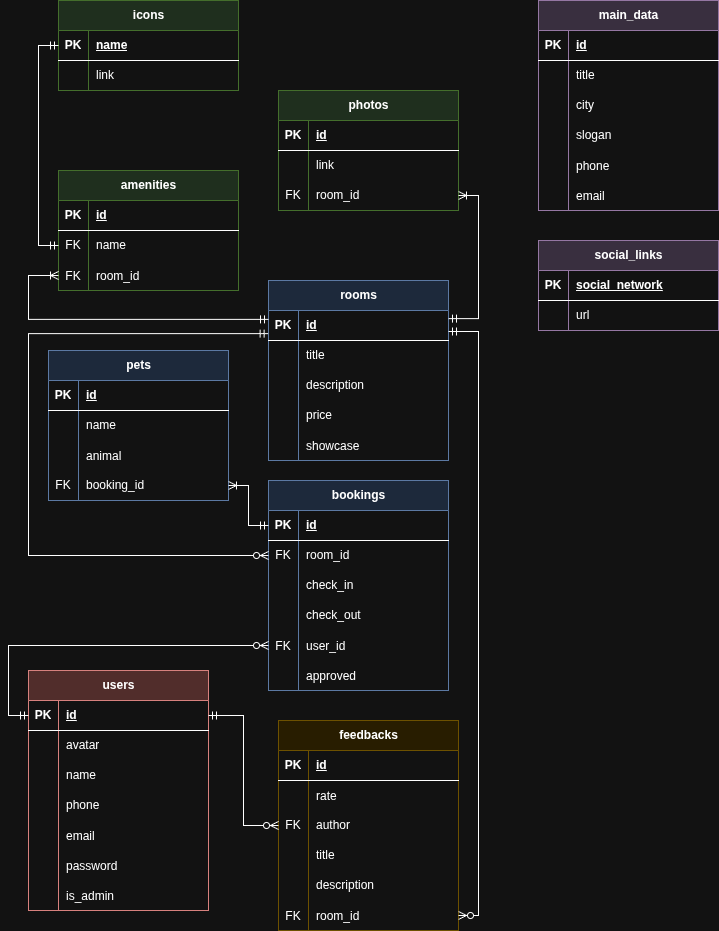
The draw.io diagram БД котейка.drawio.png in rexxless/koteika, before a commit. Source tidied: cells renumbered, new cells last; positions are measured from the earlier drawing's top-left corner, leaving out a move shared by most shapes.
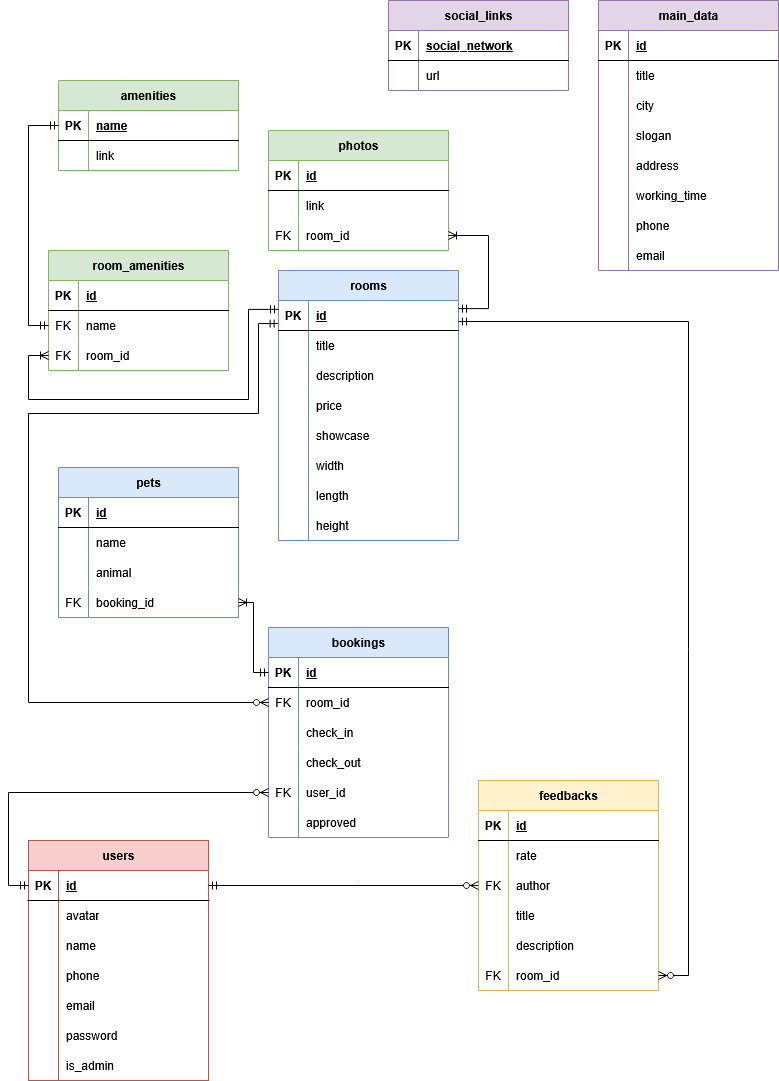
The same file after the commit.

What changed in the source:
```diff
@@ -3,7 +3,7 @@
     <mxCell id="0" />
     <mxCell id="1" parent="0" />
     <mxCell id="2" value="users" style="shape=table;startSize=30;rowLines=0;fontStyle=1;align=center;html=1;swimlaneFillColor=#FFFFFF;fillColor=#f8cecc;strokeColor=#b85450;" parent="1" vertex="1">
-      <mxGeometry x="20" y="670" width="180" height="240" as="geometry" />
+      <mxGeometry x="20" y="760" width="180" height="240" as="geometry" />
     </mxCell>
     <mxCell id="3" style="shape=tableRow;horizontal=0;startSize=0;swimlaneHead=0;swimlaneBody=0;fillColor=none;points=[[0,0.5],[1,0.5]];portConstraint=eastwest;top=0;left=0;right=0;bottom=1;" parent="2" vertex="1">
       <mxGeometry y="30" width="180" height="30" as="geometry" />
@@ -69,7 +69,7 @@
       <mxGeometry x="30" width="150" height="30" as="geometry" />
     </mxCell>
     <mxCell id="24" value="main_data" style="shape=table;startSize=30;rowLines=0;fontStyle=1;align=center;html=1;fillColor=#e1d5e7;strokeColor=#9673a6;swimlaneFillColor=#FFFFFF;" parent="1" vertex="1">
-      <mxGeometry x="530" width="180" height="210" as="geometry" />
+      <mxGeometry x="590" y="-80" width="180" height="270" as="geometry" />
     </mxCell>
     <mxCell id="25" style="shape=tableRow;horizontal=0;startSize=0;swimlaneHead=0;swimlaneBody=0;fillColor=none;top=0;left=0;right=0;bottom=1;" parent="24" vertex="1">
       <mxGeometry y="30" width="180" height="30" as="geometry" />
@@ -107,8 +107,26 @@
     <mxCell id="36" value="slogan" style="shape=partialRectangle;fillColor=none;top=0;left=0;bottom=0;right=0;align=left;spacingLeft=6;overflow=hidden;whiteSpace=wrap;html=1;" parent="34" vertex="1">
       <mxGeometry x="30" width="150" height="30" as="geometry" />
     </mxCell>
+    <mxCell id="152" style="shape=tableRow;horizontal=0;startSize=0;swimlaneHead=0;swimlaneBody=0;fillColor=none;top=0;left=0;right=0;bottom=0;" parent="24" vertex="1">
+      <mxGeometry y="150" width="180" height="30" as="geometry" />
+    </mxCell>
+    <mxCell id="153" style="shape=partialRectangle;fillColor=none;top=0;left=0;bottom=0;right=0;overflow=hidden;" parent="152" vertex="1">
+      <mxGeometry width="30" height="30" as="geometry" />
+    </mxCell>
+    <mxCell id="154" value="address" style="shape=partialRectangle;fillColor=none;top=0;left=0;bottom=0;right=0;align=left;spacingLeft=6;overflow=hidden;" parent="152" vertex="1">
+      <mxGeometry x="30" width="150" height="30" as="geometry" />
+    </mxCell>
+    <mxCell id="155" style="shape=tableRow;horizontal=0;startSize=0;swimlaneHead=0;swimlaneBody=0;fillColor=none;top=0;left=0;right=0;bottom=0;" parent="24" vertex="1">
+      <mxGeometry y="180" width="180" height="30" as="geometry" />
+    </mxCell>
+    <mxCell id="156" style="shape=partialRectangle;fillColor=none;top=0;left=0;bottom=0;right=0;overflow=hidden;" parent="155" vertex="1">
+      <mxGeometry width="30" height="30" as="geometry" />
+    </mxCell>
+    <mxCell id="157" value="working_time" style="shape=partialRectangle;fillColor=none;top=0;left=0;bottom=0;right=0;align=left;spacingLeft=6;overflow=hidden;" parent="155" vertex="1">
+      <mxGeometry x="30" width="150" height="30" as="geometry" />
+    </mxCell>
     <mxCell id="37" style="shape=tableRow;horizontal=0;startSize=0;swimlaneHead=0;swimlaneBody=0;fillColor=none;top=0;left=0;right=0;bottom=0;" parent="24" vertex="1">
-      <mxGeometry y="150" width="180" height="30" as="geometry" />
+      <mxGeometry y="210" width="180" height="30" as="geometry" />
     </mxCell>
     <mxCell id="38" style="shape=partialRectangle;fillColor=none;top=0;left=0;bottom=0;right=0;overflow=hidden;" parent="37" vertex="1">
       <mxGeometry width="30" height="30" as="geometry" />
@@ -117,7 +135,7 @@
       <mxGeometry x="30" width="150" height="30" as="geometry" />
     </mxCell>
     <mxCell id="40" style="shape=tableRow;horizontal=0;startSize=0;swimlaneHead=0;swimlaneBody=0;fillColor=none;top=0;left=0;right=0;bottom=0;" parent="24" vertex="1">
-      <mxGeometry y="180" width="180" height="30" as="geometry" />
+      <mxGeometry y="240" width="180" height="30" as="geometry" />
     </mxCell>
     <mxCell id="41" style="shape=partialRectangle;fillColor=none;top=0;left=0;bottom=0;right=0;overflow=hidden;" parent="40" vertex="1">
       <mxGeometry width="30" height="30" as="geometry" />
@@ -126,7 +144,7 @@
       <mxGeometry x="30" width="150" height="30" as="geometry" />
     </mxCell>
     <mxCell id="43" value="rooms" style="shape=table;startSize=30;rowLines=0;fontStyle=1;align=center;html=1;fillColor=#dae8fc;strokeColor=#6c8ebf;swimlaneFillColor=#FFFFFF;" parent="1" vertex="1">
-      <mxGeometry x="260" y="280" width="180" height="180" as="geometry" />
+      <mxGeometry x="270" y="190" width="180" height="270" as="geometry" />
     </mxCell>
     <mxCell id="44" style="shape=tableRow;horizontal=0;startSize=0;swimlaneHead=0;swimlaneBody=0;fillColor=none;points=[[0,0.5],[1,0.5]];portConstraint=eastwest;top=0;left=0;right=0;bottom=1;" parent="43" vertex="1">
       <mxGeometry y="30" width="180" height="30" as="geometry" />
@@ -173,8 +191,35 @@
     <mxCell id="58" value="showcase" style="shape=partialRectangle;fillColor=none;top=0;left=0;bottom=0;right=0;align=left;spacingLeft=6;overflow=hidden;" parent="56" vertex="1">
       <mxGeometry x="30" width="150" height="30" as="geometry" />
     </mxCell>
+    <mxCell id="158" style="shape=tableRow;horizontal=0;startSize=0;swimlaneHead=0;swimlaneBody=0;fillColor=none;top=0;left=0;right=0;bottom=0;" parent="43" vertex="1">
+      <mxGeometry y="180" width="180" height="30" as="geometry" />
+    </mxCell>
+    <mxCell id="159" style="shape=partialRectangle;fillColor=none;top=0;left=0;bottom=0;right=0;overflow=hidden;" parent="158" vertex="1">
+      <mxGeometry width="30" height="30" as="geometry" />
+    </mxCell>
+    <mxCell id="160" value="width" style="shape=partialRectangle;fillColor=none;top=0;left=0;bottom=0;right=0;align=left;spacingLeft=6;overflow=hidden;" parent="158" vertex="1">
+      <mxGeometry x="30" width="150" height="30" as="geometry" />
+    </mxCell>
+    <mxCell id="161" style="shape=tableRow;horizontal=0;startSize=0;swimlaneHead=0;swimlaneBody=0;fillColor=none;top=0;left=0;right=0;bottom=0;" parent="43" vertex="1">
+      <mxGeometry y="210" width="180" height="30" as="geometry" />
+    </mxCell>
+    <mxCell id="162" style="shape=partialRectangle;fillColor=none;top=0;left=0;bottom=0;right=0;overflow=hidden;" parent="161" vertex="1">
+      <mxGeometry width="30" height="30" as="geometry" />
+    </mxCell>
+    <mxCell id="163" value="length" style="shape=partialRectangle;fillColor=none;top=0;left=0;bottom=0;right=0;align=left;spacingLeft=6;overflow=hidden;" parent="161" vertex="1">
+      <mxGeometry x="30" width="150" height="30" as="geometry" />
+    </mxCell>
+    <mxCell id="164" style="shape=tableRow;horizontal=0;startSize=0;swimlaneHead=0;swimlaneBody=0;fillColor=none;top=0;left=0;right=0;bottom=0;" parent="43" vertex="1">
+      <mxGeometry y="240" width="180" height="30" as="geometry" />
+    </mxCell>
+    <mxCell id="165" style="shape=partialRectangle;fillColor=none;top=0;left=0;bottom=0;right=0;overflow=hidden;" parent="164" vertex="1">
+      <mxGeometry width="30" height="30" as="geometry" />
+    </mxCell>
+    <mxCell id="166" value="height" style="shape=partialRectangle;fillColor=none;top=0;left=0;bottom=0;right=0;align=left;spacingLeft=6;overflow=hidden;" parent="164" vertex="1">
+      <mxGeometry x="30" width="150" height="30" as="geometry" />
+    </mxCell>
     <mxCell id="59" value="photos" style="shape=table;startSize=30;rowLines=0;fontStyle=1;align=center;html=1;fillColor=#d5e8d4;strokeColor=#82b366;swimlaneFillColor=#FFFFFF;" parent="1" vertex="1">
-      <mxGeometry x="270" y="90" width="180" height="120" as="geometry" />
+      <mxGeometry x="260" y="50" width="180" height="120" as="geometry" />
     </mxCell>
     <mxCell id="60" style="shape=tableRow;horizontal=0;startSize=0;swimlaneHead=0;swimlaneBody=0;fillColor=none;top=0;left=0;right=0;bottom=1;" parent="59" vertex="1">
       <mxGeometry y="30" width="180" height="30" as="geometry" />
@@ -203,8 +248,8 @@
     <mxCell id="68" value="room_id" style="shape=partialRectangle;fillColor=none;top=0;left=0;bottom=0;right=0;align=left;spacingLeft=6;overflow=hidden;whiteSpace=wrap;html=1;" parent="66" vertex="1">
       <mxGeometry x="30" width="150" height="30" as="geometry" />
     </mxCell>
-    <mxCell id="69" value="amenities" style="shape=table;startSize=30;rowLines=0;fontStyle=1;align=center;html=1;fillColor=#d5e8d4;strokeColor=#82b366;swimlaneFillColor=#FFFFFF;" parent="1" vertex="1">
-      <mxGeometry x="50" y="170" width="180" height="120" as="geometry" />
+    <mxCell id="69" value="room_amenities" style="shape=table;startSize=30;rowLines=0;fontStyle=1;align=center;html=1;fillColor=#d5e8d4;strokeColor=#82b366;swimlaneFillColor=#FFFFFF;" parent="1" vertex="1">
+      <mxGeometry x="40" y="170" width="180" height="120" as="geometry" />
     </mxCell>
     <mxCell id="70" style="shape=tableRow;horizontal=0;startSize=0;swimlaneHead=0;swimlaneBody=0;fillColor=none;top=0;left=0;right=0;bottom=1;" parent="69" vertex="1">
       <mxGeometry y="30" width="180" height="30" as="geometry" />
@@ -234,7 +279,7 @@
       <mxGeometry x="30" width="150" height="30" as="geometry" />
     </mxCell>
     <mxCell id="79" value="feedbacks" style="shape=table;startSize=30;rowLines=0;fontStyle=1;align=center;html=1;fillColor=#fff2cc;strokeColor=#d6b656;swimlaneFillColor=#FFFFFF;" parent="1" vertex="1">
-      <mxGeometry x="270" y="720" width="180" height="210" as="geometry" />
+      <mxGeometry x="470" y="700" width="180" height="210" as="geometry" />
     </mxCell>
     <mxCell id="80" style="shape=tableRow;horizontal=0;startSize=0;swimlaneHead=0;swimlaneBody=0;fillColor=none;top=0;left=0;right=0;bottom=1;" parent="79" vertex="1">
       <mxGeometry y="30" width="180" height="30" as="geometry" />
@@ -291,7 +336,7 @@
       <mxGeometry x="30" width="150" height="30" as="geometry" />
     </mxCell>
     <mxCell id="98" value="social_links" style="shape=table;startSize=30;rowLines=0;fontStyle=1;align=center;html=1;fillColor=#e1d5e7;strokeColor=#9673a6;swimlaneFillColor=#FFFFFF;" parent="1" vertex="1">
-      <mxGeometry x="530" y="240" width="180" height="90" as="geometry" />
+      <mxGeometry x="380" y="-80" width="180" height="90" as="geometry" />
     </mxCell>
     <mxCell id="99" style="shape=tableRow;horizontal=0;startSize=0;swimlaneHead=0;swimlaneBody=0;fillColor=none;top=0;left=0;right=0;bottom=1;" parent="98" vertex="1">
       <mxGeometry y="30" width="180" height="30" as="geometry" />
@@ -312,7 +357,7 @@
       <mxGeometry x="30" width="150" height="30" as="geometry" />
     </mxCell>
     <mxCell id="105" value="bookings" style="shape=table;startSize=30;rowLines=0;fontStyle=1;align=center;html=1;fillColor=#dae8fc;strokeColor=#6c8ebf;swimlaneFillColor=#FFFFFF;" parent="1" vertex="1">
-      <mxGeometry x="260" y="480" width="180" height="210" as="geometry" />
+      <mxGeometry x="260" y="547" width="180" height="210" as="geometry" />
     </mxCell>
     <mxCell id="106" style="shape=tableRow;horizontal=0;startSize=0;swimlaneHead=0;swimlaneBody=0;fillColor=none;points=[[0,0.5],[1,0.5]];portConstraint=eastwest;top=0;left=0;right=0;bottom=1;" parent="105" vertex="1">
       <mxGeometry y="30" width="180" height="30" as="geometry" />
@@ -369,7 +414,7 @@
       <mxGeometry x="30" width="150" height="30" as="geometry" />
     </mxCell>
     <mxCell id="124" value="pets" style="shape=table;startSize=30;rowLines=0;fontStyle=1;align=center;html=1;fillColor=#dae8fc;strokeColor=#6c8ebf;swimlaneFillColor=#FFFFFF;" parent="1" vertex="1">
-      <mxGeometry x="40" y="350" width="180" height="150" as="geometry" />
+      <mxGeometry x="50" y="387" width="180" height="150" as="geometry" />
     </mxCell>
     <mxCell id="125" style="shape=tableRow;horizontal=0;startSize=0;swimlaneHead=0;swimlaneBody=0;fillColor=none;top=0;left=0;right=0;bottom=1;" parent="124" vertex="1">
       <mxGeometry y="30" width="180" height="30" as="geometry" />
@@ -408,52 +453,66 @@
       <mxGeometry x="30" width="150" height="30" as="geometry" />
     </mxCell>
     <mxCell id="137" style="edgeStyle=orthogonalEdgeStyle;fontSize=12;html=1;endArrow=ERzeroToMany;startArrow=ERmandOne;rounded=0;exitX=1;exitY=0.5;exitDx=0;exitDy=0;entryX=0;entryY=0.5;entryDx=0;entryDy=0;" parent="1" edge="1" source="3" target="86">
-      <mxGeometry relative="1" as="geometry" />
+      <mxGeometry relative="1" as="geometry">
+        <Array as="points">
+          <mxPoint x="350" y="805" />
+          <mxPoint x="350" y="805" />
+        </Array>
+      </mxGeometry>
     </mxCell>
     <mxCell id="138" style="edgeStyle=orthogonalEdgeStyle;fontSize=12;html=1;endArrow=ERzeroToMany;startArrow=ERmandOne;rounded=0;entryX=1;entryY=0.5;entryDx=0;entryDy=0;exitX=1;exitY=0.7;exitDx=0;exitDy=0;exitPerimeter=0;" parent="1" edge="1" source="44" target="95">
       <mxGeometry relative="1" as="geometry">
         <Array as="points">
-          <mxPoint x="470" y="331" />
-          <mxPoint x="470" y="915" />
+          <mxPoint x="680" y="241" />
+          <mxPoint x="680" y="895" />
         </Array>
       </mxGeometry>
     </mxCell>
     <mxCell id="139" style="edgeStyle=orthogonalEdgeStyle;fontSize=12;html=1;endArrow=ERzeroToMany;startArrow=ERmandOne;rounded=0;entryX=0;entryY=0.5;entryDx=0;entryDy=0;exitX=0;exitY=0.5;exitDx=0;exitDy=0;" parent="1" edge="1" source="3" target="118">
       <mxGeometry relative="1" as="geometry">
         <Array as="points">
-          <mxPoint y="715" />
-          <mxPoint y="645" />
+          <mxPoint y="805" />
+          <mxPoint y="712" />
         </Array>
       </mxGeometry>
     </mxCell>
     <mxCell id="140" style="edgeStyle=orthogonalEdgeStyle;fontSize=12;html=1;endArrow=ERzeroToMany;startArrow=ERmandOne;rounded=0;exitX=-0.002;exitY=0.769;exitDx=0;exitDy=0;entryX=0;entryY=0.5;entryDx=0;entryDy=0;exitPerimeter=0;" parent="1" edge="1" source="44" target="109">
       <mxGeometry relative="1" as="geometry">
         <Array as="points">
+          <mxPoint x="250" y="243" />
+          <mxPoint x="250" y="333" />
           <mxPoint x="20" y="333" />
-          <mxPoint x="20" y="555" />
+          <mxPoint x="20" y="622" />
         </Array>
       </mxGeometry>
     </mxCell>
     <mxCell id="141" style="edgeStyle=orthogonalEdgeStyle;fontSize=12;html=1;endArrow=ERoneToMany;startArrow=ERmandOne;rounded=0;exitX=0;exitY=0.5;exitDx=0;exitDy=0;entryX=1;entryY=0.5;entryDx=0;entryDy=0;" parent="1" edge="1" source="106" target="134">
-      <mxGeometry relative="1" as="geometry" />
+      <mxGeometry relative="1" as="geometry">
+        <Array as="points">
+          <mxPoint x="245" y="592" />
+          <mxPoint x="245" y="522" />
+        </Array>
+      </mxGeometry>
     </mxCell>
     <mxCell id="142" style="edgeStyle=orthogonalEdgeStyle;fontSize=12;html=1;endArrow=ERoneToMany;startArrow=ERmandOne;rounded=0;exitX=1;exitY=0.271;exitDx=0;exitDy=0;entryX=1;entryY=0.5;entryDx=0;entryDy=0;exitPerimeter=0;" parent="1" edge="1" source="44" target="66">
       <mxGeometry relative="1" as="geometry">
         <Array as="points">
-          <mxPoint x="470" y="318" />
-          <mxPoint x="470" y="195" />
+          <mxPoint x="480" y="228" />
+          <mxPoint x="480" y="155" />
         </Array>
       </mxGeometry>
     </mxCell>
     <mxCell id="143" style="edgeStyle=orthogonalEdgeStyle;fontSize=12;html=1;endArrow=ERoneToMany;startArrow=ERmandOne;rounded=0;exitX=0;exitY=0.295;exitDx=0;exitDy=0;entryX=0;entryY=0.5;entryDx=0;entryDy=0;exitPerimeter=0;" parent="1" edge="1" source="44" target="76">
       <mxGeometry relative="1" as="geometry">
         <Array as="points">
+          <mxPoint x="240" y="229" />
+          <mxPoint x="240" y="319" />
           <mxPoint x="20" y="319" />
           <mxPoint x="20" y="275" />
         </Array>
       </mxGeometry>
     </mxCell>
-    <mxCell id="144" value="icons" style="shape=table;startSize=30;rowLines=0;fontStyle=1;align=center;html=1;fillColor=#d5e8d4;strokeColor=#82b366;swimlaneFillColor=#FFFFFF;" parent="1" vertex="1">
+    <mxCell id="144" value="amenities" style="shape=table;startSize=30;rowLines=0;fontStyle=1;align=center;html=1;fillColor=#d5e8d4;strokeColor=#82b366;swimlaneFillColor=#FFFFFF;" parent="1" vertex="1">
       <mxGeometry x="50" width="180" height="90" as="geometry" />
     </mxCell>
     <mxCell id="145" style="shape=tableRow;horizontal=0;startSize=0;swimlaneHead=0;swimlaneBody=0;fillColor=none;points=[[0,0.5],[1,0.5]];portConstraint=eastwest;top=0;left=0;right=0;bottom=1;" parent="144" vertex="1">
@@ -477,8 +536,8 @@
     <mxCell id="151" style="edgeStyle=orthogonalEdgeStyle;fontSize=12;html=1;endArrow=ERmandOne;startArrow=ERmandOne;rounded=0;entryX=0;entryY=0.5;entryDx=0;entryDy=0;exitX=0;exitY=0.5;exitDx=0;exitDy=0;" parent="1" edge="1" source="73" target="145">
       <mxGeometry relative="1" as="geometry">
         <Array as="points">
-          <mxPoint x="30" y="245" />
-          <mxPoint x="30" y="45" />
+          <mxPoint x="20" y="245" />
+          <mxPoint x="20" y="45" />
         </Array>
       </mxGeometry>
     </mxCell>
```
